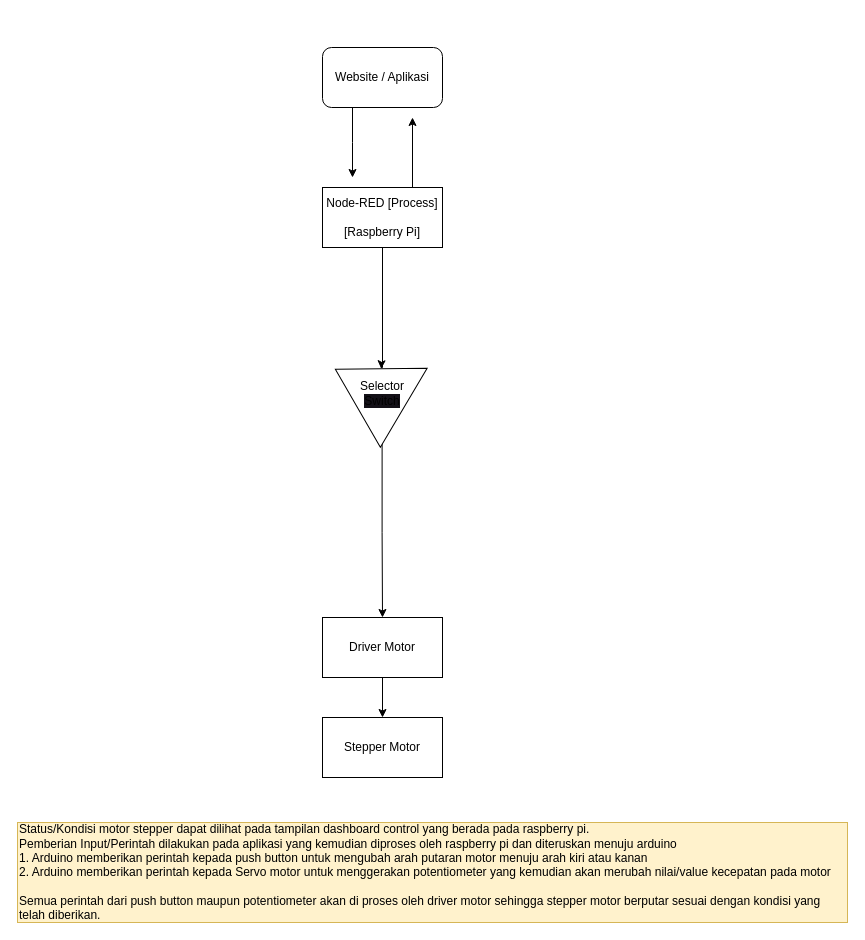
Before: Existing Motor Control.drawio in lmarkrol/bigstepper, a draw.io diagram. Source tidied: cells renumbered, new cells numbered last; positions are measured from the earlier drawing's top-left corner, leaving out a move shared by most shapes. Both pictures are drawn from the tidied source at 100%, with x=0, y=0 at pixel (17, 47).
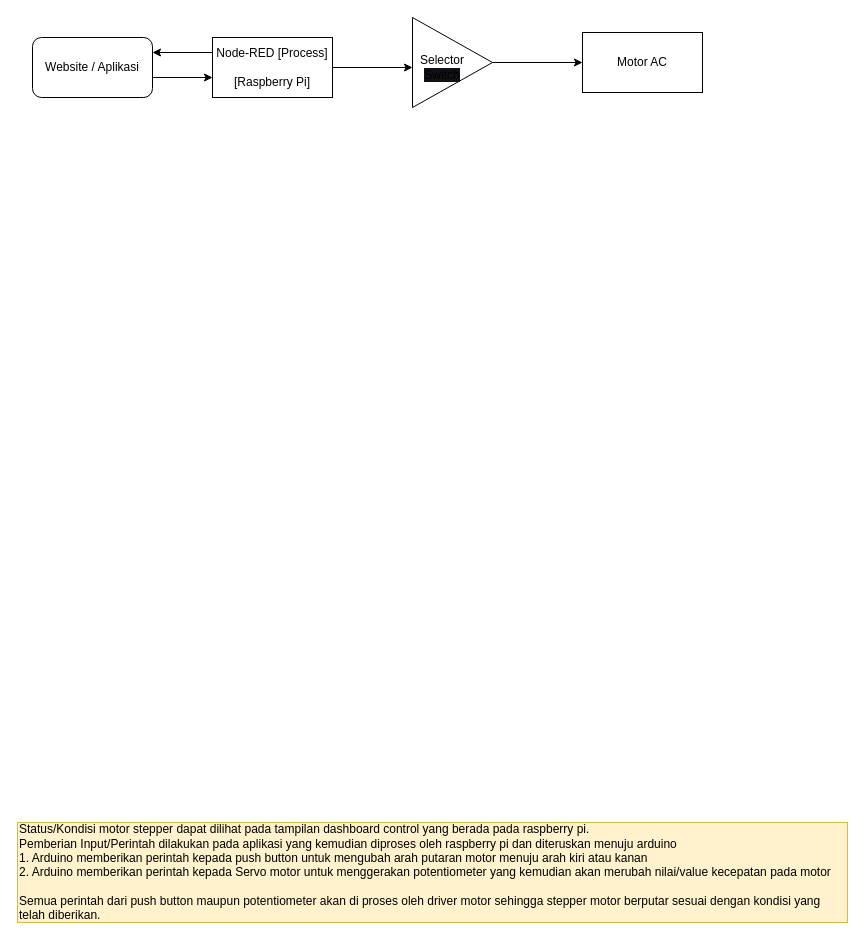
After the change.

Diff of the diagram source:
```diff
@@
 <mxGraphModel>
   <root>
     <mxCell id="0" />
     <mxCell id="1" parent="0" />
-    <mxCell id="2" style="edgeStyle=orthogonalEdgeStyle;rounded=0;jettySize=auto;html=1;exitX=0.5;exitY=1;exitDx=0;exitDy=0;entryX=0.5;entryY=0;entryDx=0;entryDy=0;" parent="1" edge="1" source="4" target="12">
-      <mxGeometry relative="1" as="geometry">
-        <Array as="points">
-          <mxPoint x="365" y="320" />
-          <mxPoint x="364" y="320" />
-        </Array>
-      </mxGeometry>
-    </mxCell>
-    <mxCell id="3" style="edgeStyle=orthogonalEdgeStyle;rounded=0;jettySize=auto;html=1;exitX=0.75;exitY=0;exitDx=0;exitDy=0;" parent="1" edge="1" source="4">
-      <mxGeometry relative="1" as="geometry">
-        <mxPoint x="395" y="70" as="targetPoint" />
-      </mxGeometry>
+    <mxCell id="3" style="edgeStyle=orthogonalEdgeStyle;rounded=0;jettySize=auto;html=1;exitX=0;exitY=0.25;exitDx=0;exitDy=0;entryX=1;entryY=0.25;entryDx=0;entryDy=0;" parent="1" edge="1" source="4" target="6">
+      <mxGeometry relative="1" as="geometry" />
     </mxCell>
+    <mxCell id="14" style="edgeStyle=orthogonalEdgeStyle;rounded=0;jettySize=auto;html=1;exitX=1;exitY=0.5;exitDx=0;exitDy=0;entryX=0;entryY=0.5;entryDx=0;entryDy=0;" parent="1" edge="1" source="4" target="13">
+      <mxGeometry relative="1" as="geometry" />
+    </mxCell>
     <mxCell id="4" value="Node-RED [Process]&lt;br&gt;&lt;br&gt;[Raspberry Pi]" style="rounded=0;whiteSpace=wrap;html=1;" parent="1" vertex="1">
-      <mxGeometry x="305" y="140" width="120" height="60" as="geometry" />
+      <mxGeometry x="195" y="-10" width="120" height="60" as="geometry" />
     </mxCell>
-    <mxCell id="5" style="edgeStyle=orthogonalEdgeStyle;rounded=0;jettySize=auto;html=1;exitX=0.25;exitY=1;exitDx=0;exitDy=0;" parent="1" edge="1" source="6">
-      <mxGeometry relative="1" as="geometry">
-        <mxPoint x="335" y="130" as="targetPoint" />
-      </mxGeometry>
-    </mxCell>
+    <mxCell id="15" style="edgeStyle=orthogonalEdgeStyle;rounded=0;jettySize=auto;html=1;exitX=1;exitY=0.5;exitDx=0;exitDy=0;" parent="1" edge="1" source="6">
+      <mxGeometry relative="1" as="geometry">
+        <mxPoint x="195" y="30" as="targetPoint" />
+        <Array as="points">
+          <mxPoint x="135" y="30" />
+          <mxPoint x="195" y="30" />
+        </Array>
+      </mxGeometry>
+    </mxCell>
     <mxCell id="6" value="Website / Aplikasi" style="rounded=1;whiteSpace=wrap;html=1;" parent="1" vertex="1">
-      <mxGeometry x="305" width="120" height="60" as="geometry" />
+      <mxGeometry x="15" y="-10" width="120" height="60" as="geometry" />
     </mxCell>
-    <mxCell id="7" style="edgeStyle=orthogonalEdgeStyle;rounded=0;jettySize=auto;html=1;entryX=0.5;entryY=0;entryDx=0;entryDy=0;exitX=0.043;exitY=0.973;exitDx=0;exitDy=0;exitPerimeter=0;" parent="1" edge="1" source="12" target="9">
-      <mxGeometry relative="1" as="geometry" />
-    </mxCell>
-    <mxCell id="8" style="edgeStyle=orthogonalEdgeStyle;rounded=0;jettySize=auto;html=1;exitX=0.5;exitY=1;exitDx=0;exitDy=0;entryX=0.5;entryY=0;entryDx=0;entryDy=0;" parent="1" edge="1" source="9" target="10">
-      <mxGeometry relative="1" as="geometry" />
-    </mxCell>
-    <mxCell id="9" value="Driver Motor" style="rounded=0;whiteSpace=wrap;html=1;" parent="1" vertex="1">
-      <mxGeometry x="305" y="570" width="120" height="60" as="geometry" />
-    </mxCell>
-    <mxCell id="10" value="Stepper Motor" style="rounded=0;whiteSpace=wrap;html=1;" parent="1" vertex="1">
-      <mxGeometry x="305" y="670" width="120" height="60" as="geometry" />
+    <mxCell id="10" value="Motor AC" style="rounded=0;whiteSpace=wrap;html=1;" parent="1" vertex="1">
+      <mxGeometry x="565" y="-15" width="120" height="60" as="geometry" />
     </mxCell>
     <mxCell id="11" value="&lt;div style=&quot;text-align: justify&quot;&gt;Status/Kondisi motor stepper dapat dilihat pada tampilan dashboard control yang berada pada raspberry pi.&lt;/div&gt;&lt;div style=&quot;text-align: justify&quot;&gt;Pemberian Input/Perintah dilakukan pada aplikasi yang kemudian diproses oleh raspberry pi dan diteruskan menuju arduino&lt;br&gt;1. Arduino memberikan perintah kepada push button untuk mengubah arah putaran motor menuju arah kiri atau kanan&lt;br&gt;2. Arduino memberikan perintah kepada Servo motor untuk menggerakan potentiometer yang kemudian akan merubah nilai/value kecepatan pada motor&lt;br&gt;&lt;br&gt;Semua perintah dari push button maupun potentiometer akan di proses oleh driver motor sehingga stepper motor berputar sesuai dengan kondisi yang&lt;/div&gt;&lt;div style=&quot;text-align: justify&quot;&gt;telah diberikan.&amp;nbsp;&lt;/div&gt;" style="text;html=1;align=left;verticalAlign=middle;fillColor=#fff2cc;strokeColor=#d6b656;" parent="1" vertex="1">
       <mxGeometry y="775" width="830" height="100" as="geometry" />
     </mxCell>
+    <mxCell id="16" style="edgeStyle=orthogonalEdgeStyle;rounded=0;jettySize=auto;html=1;exitX=1;exitY=0.5;exitDx=0;exitDy=0;entryX=0;entryY=0.5;entryDx=0;entryDy=0;" parent="1" edge="1" source="12" target="10">
+      <mxGeometry relative="1" as="geometry" />
+    </mxCell>
-    <mxCell id="12" style="triangle;whiteSpace=wrap;html=1;rotation=-30;" parent="1" vertex="1">
-      <mxGeometry x="335" y="295.7" width="80" height="90" as="geometry" />
+    <mxCell id="12" style="triangle;whiteSpace=wrap;html=1;rotation=0;" parent="1" vertex="1">
+      <mxGeometry x="395" y="-30" width="80" height="90" as="geometry" />
     </mxCell>
     <mxCell id="13" value="Selector&lt;br&gt;&lt;span style=&quot;background-color: rgb(19, 16, 23); --darkreader-inline-bgcolor:#0f0d12;&quot;&gt;Switch&lt;/span&gt;" style="text;html=1;strokeColor=none;fillColor=none;align=center;verticalAlign=middle;whiteSpace=wrap;rounded=0;" parent="1" vertex="1">
-      <mxGeometry x="335" y="330.7" width="60" height="30" as="geometry" />
+      <mxGeometry x="395" y="5" width="60" height="30" as="geometry" />
     </mxCell>
   </root>
 </mxGraphModel>
```
